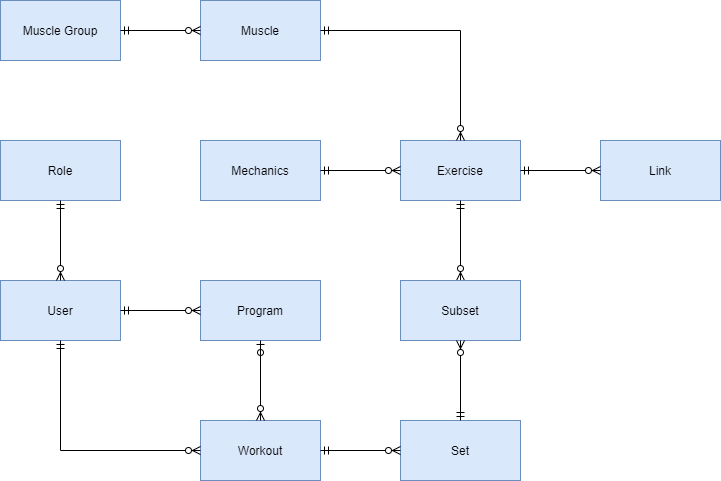
The draw.io diagram documentation/entities.png in toivjon/max-pondus, before a commit. Source tidied: cells renumbered, new cells last; positions are measured from the earlier drawing's top-left corner, leaving out a move shared by most shapes. The source it was exported from:
```xml
<mxGraphModel>
  <root>
    <mxCell id="0" />
    <mxCell id="1" parent="0" />
    <mxCell id="2" value="Muscle Group" style="rounded=0;whiteSpace=wrap;html=1;fillColor=#dae8fc;strokeColor=#6c8ebf;" parent="1" vertex="1">
      <mxGeometry width="120" height="60" as="geometry" />
    </mxCell>
    <mxCell id="3" value="Muscle" style="rounded=0;whiteSpace=wrap;html=1;fillColor=#dae8fc;strokeColor=#6c8ebf;" parent="1" vertex="1">
      <mxGeometry x="200" width="120" height="60" as="geometry" />
    </mxCell>
    <mxCell id="4" value="Mechanics" style="rounded=0;whiteSpace=wrap;html=1;fillColor=#dae8fc;strokeColor=#6c8ebf;" parent="1" vertex="1">
      <mxGeometry x="200" y="140" width="120" height="60" as="geometry" />
    </mxCell>
    <mxCell id="5" value="Exercise" style="rounded=0;whiteSpace=wrap;html=1;fillColor=#dae8fc;strokeColor=#6c8ebf;" parent="1" vertex="1">
      <mxGeometry x="400" y="140" width="120" height="60" as="geometry" />
    </mxCell>
    <mxCell id="6" value="Link" style="rounded=0;whiteSpace=wrap;html=1;fillColor=#dae8fc;strokeColor=#6c8ebf;" parent="1" vertex="1">
      <mxGeometry x="600" y="140" width="120" height="60" as="geometry" />
    </mxCell>
    <mxCell id="7" style="edgeStyle=orthogonalEdgeStyle;rounded=0;jettySize=auto;html=1;startArrow=ERzeroToMany;startFill=1;endArrow=ERmandOne;endFill=0;" parent="1" edge="1" source="5" target="3">
      <mxGeometry relative="1" as="geometry">
        <Array as="points">
          <mxPoint x="460" y="30" />
        </Array>
      </mxGeometry>
    </mxCell>
    <mxCell id="8" style="edgeStyle=orthogonalEdgeStyle;rounded=0;jettySize=auto;html=1;startArrow=ERzeroToMany;startFill=1;endArrow=ERmandOne;endFill=0;" parent="1" edge="1" source="9" target="5">
      <mxGeometry relative="1" as="geometry" />
    </mxCell>
    <mxCell id="9" value="Subset" style="rounded=0;whiteSpace=wrap;html=1;fillColor=#dae8fc;strokeColor=#6c8ebf;" parent="1" vertex="1">
      <mxGeometry x="400" y="280" width="120" height="60" as="geometry" />
    </mxCell>
    <mxCell id="10" value="Set" style="rounded=0;whiteSpace=wrap;html=1;fillColor=#dae8fc;strokeColor=#6c8ebf;" parent="1" vertex="1">
      <mxGeometry x="400" y="420" width="120" height="60" as="geometry" />
    </mxCell>
    <mxCell id="11" value="Workout" style="rounded=0;whiteSpace=wrap;html=1;fillColor=#dae8fc;strokeColor=#6c8ebf;" parent="1" vertex="1">
      <mxGeometry x="200" y="420" width="120" height="60" as="geometry" />
    </mxCell>
    <mxCell id="12" value="User" style="rounded=0;whiteSpace=wrap;html=1;fillColor=#dae8fc;strokeColor=#6c8ebf;" parent="1" vertex="1">
      <mxGeometry y="280" width="120" height="60" as="geometry" />
    </mxCell>
    <mxCell id="13" value="Role" style="rounded=0;whiteSpace=wrap;html=1;fillColor=#dae8fc;strokeColor=#6c8ebf;" parent="1" vertex="1">
      <mxGeometry y="140" width="120" height="60" as="geometry" />
    </mxCell>
    <mxCell id="14" value="Program" style="rounded=0;whiteSpace=wrap;html=1;fillColor=#dae8fc;strokeColor=#6c8ebf;" parent="1" vertex="1">
      <mxGeometry x="200" y="280" width="120" height="60" as="geometry" />
    </mxCell>
    <mxCell id="15" style="edgeStyle=orthogonalEdgeStyle;rounded=0;jettySize=auto;html=1;startArrow=ERzeroToMany;startFill=1;endArrow=ERmandOne;endFill=0;" parent="1" edge="1" source="5" target="4">
      <mxGeometry relative="1" as="geometry" />
    </mxCell>
    <mxCell id="16" style="edgeStyle=orthogonalEdgeStyle;rounded=0;jettySize=auto;html=1;startArrow=ERzeroToMany;startFill=1;endArrow=ERmandOne;endFill=0;" parent="1" edge="1" source="3" target="2">
      <mxGeometry relative="1" as="geometry" />
    </mxCell>
    <mxCell id="17" style="edgeStyle=orthogonalEdgeStyle;rounded=0;jettySize=auto;html=1;startArrow=ERzeroToMany;startFill=1;endArrow=ERmandOne;endFill=0;" parent="1" edge="1" source="6" target="5">
      <mxGeometry relative="1" as="geometry">
        <Array as="points">
          <mxPoint x="660" y="170" />
        </Array>
      </mxGeometry>
    </mxCell>
    <mxCell id="18" style="edgeStyle=orthogonalEdgeStyle;rounded=0;jettySize=auto;html=1;startArrow=ERzeroToMany;startFill=1;endArrow=ERmandOne;endFill=0;" parent="1" edge="1" source="10" target="11">
      <mxGeometry relative="1" as="geometry" />
    </mxCell>
    <mxCell id="19" style="edgeStyle=orthogonalEdgeStyle;rounded=0;jettySize=auto;html=1;startArrow=ERzeroToMany;startFill=1;endArrow=ERmandOne;endFill=0;" parent="1" edge="1" source="9" target="10">
      <mxGeometry relative="1" as="geometry" />
    </mxCell>
    <mxCell id="20" style="edgeStyle=orthogonalEdgeStyle;rounded=0;jettySize=auto;html=1;startArrow=ERzeroToMany;startFill=1;endArrow=ERmandOne;endFill=0;" parent="1" edge="1" source="12" target="13">
      <mxGeometry relative="1" as="geometry" />
    </mxCell>
    <mxCell id="21" style="edgeStyle=orthogonalEdgeStyle;rounded=0;jettySize=auto;html=1;startArrow=ERzeroToMany;startFill=1;endArrow=ERmandOne;endFill=0;" parent="1" edge="1" source="14" target="12">
      <mxGeometry relative="1" as="geometry" />
    </mxCell>
    <mxCell id="22" style="edgeStyle=orthogonalEdgeStyle;rounded=0;jettySize=auto;html=1;startArrow=ERzeroToMany;startFill=1;endArrow=ERmandOne;endFill=0;" parent="1" edge="1" source="11" target="12">
      <mxGeometry relative="1" as="geometry" />
    </mxCell>
    <mxCell id="23" style="edgeStyle=orthogonalEdgeStyle;rounded=0;jettySize=auto;html=1;startArrow=ERzeroToMany;startFill=1;endArrow=ERzeroToOne;endFill=0;" parent="1" edge="1" source="11" target="14">
      <mxGeometry relative="1" as="geometry" />
    </mxCell>
  </root>
</mxGraphModel>
```
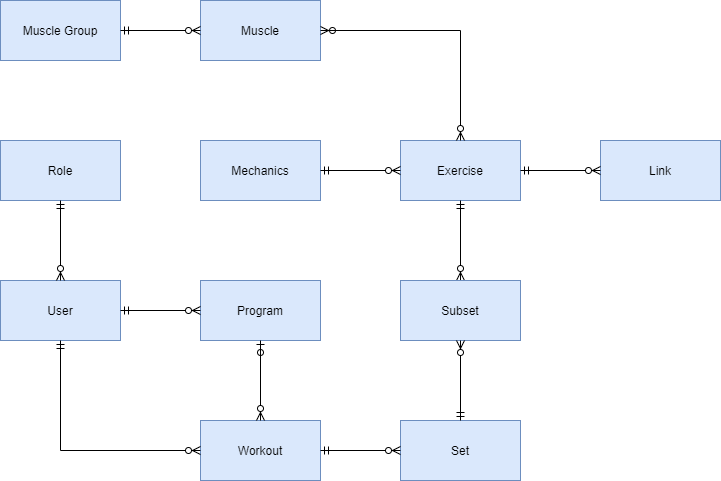
After the commit.

Commit message:
Fixed Exercise <-> Muscle relation in the Entity diagram.

Change to the diagram source:
```diff
@@ -17,7 +17,7 @@
     <mxCell id="6" value="Link" style="rounded=0;whiteSpace=wrap;html=1;fillColor=#dae8fc;strokeColor=#6c8ebf;" parent="1" vertex="1">
       <mxGeometry x="600" y="140" width="120" height="60" as="geometry" />
     </mxCell>
-    <mxCell id="7" style="edgeStyle=orthogonalEdgeStyle;rounded=0;jettySize=auto;html=1;startArrow=ERzeroToMany;startFill=1;endArrow=ERmandOne;endFill=0;" parent="1" edge="1" source="5" target="3">
+    <mxCell id="7" style="edgeStyle=orthogonalEdgeStyle;rounded=0;jettySize=auto;html=1;startArrow=ERzeroToMany;startFill=1;endArrow=ERzeroToMany;endFill=0;" parent="1" edge="1" source="5" target="3">
       <mxGeometry relative="1" as="geometry">
         <Array as="points">
           <mxPoint x="460" y="30" />
```
